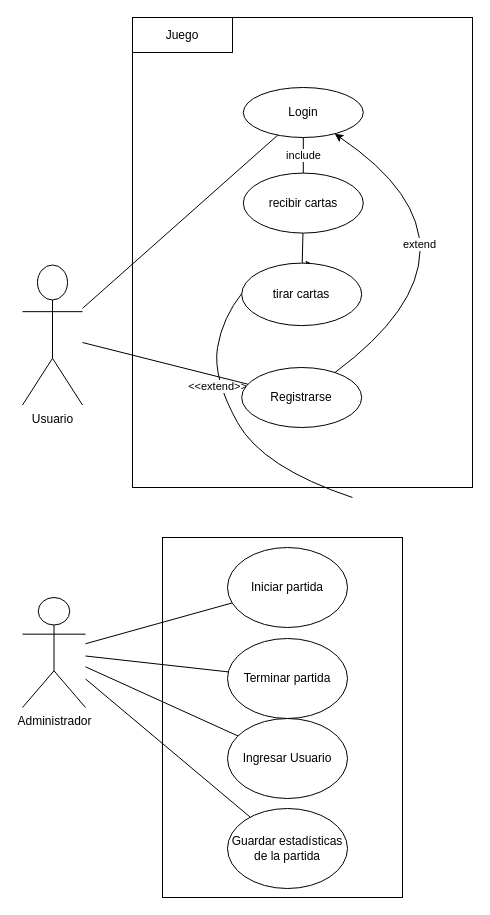
SaF319/proyectING keeps this draw.io diagram as obligatorioGuerra-main/Docs/casodeusoJugador.drawio. Above is the earlier version. Source tidied: cells renumbered, new cells numbered last; positions are measured from the earlier drawing's top-left corner, leaving out a move shared by most shapes. Both pictures are drawn from the tidied source at 100%, with x=0, y=0 at pixel (22, 17).
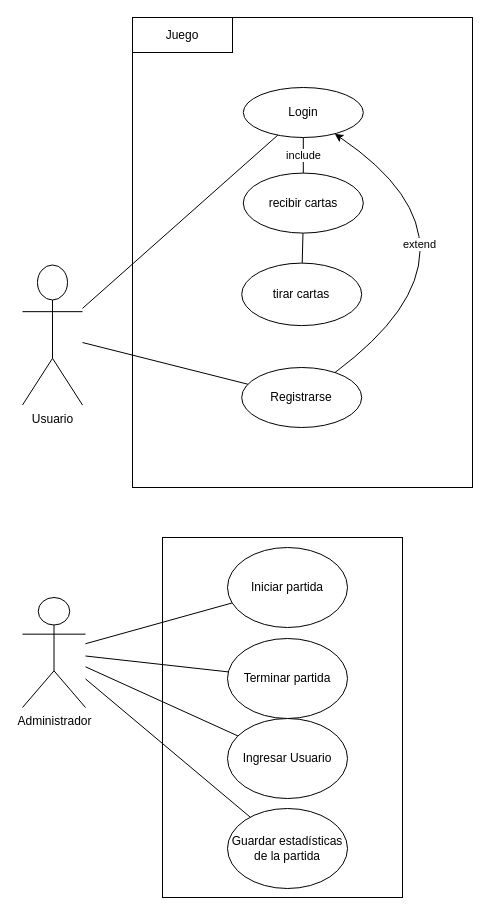
The same diagram, later.

Change to the diagram source:
```diff
@@
-    <mxCell id="9" value="&amp;lt;&amp;lt;extend&amp;gt;&amp;gt;" style="endArrow=classic;html=1;rounded=0;curved=1;endFill=1;strokeColor=default;" parent="1" edge="1">
-      <mxGeometry relative="1" as="geometry">
-        <mxPoint x="330" y="480" as="sourcePoint" />
-        <mxPoint x="291.8" y="247.1" as="targetPoint" />
-        <Array as="points">
-          <mxPoint x="240" y="450" />
-          <mxPoint x="190" y="360" />
-          <mxPoint x="200" y="300" />
-          <mxPoint x="240" y="250" />
-        </Array>
-      </mxGeometry>
-    </mxCell>
```
